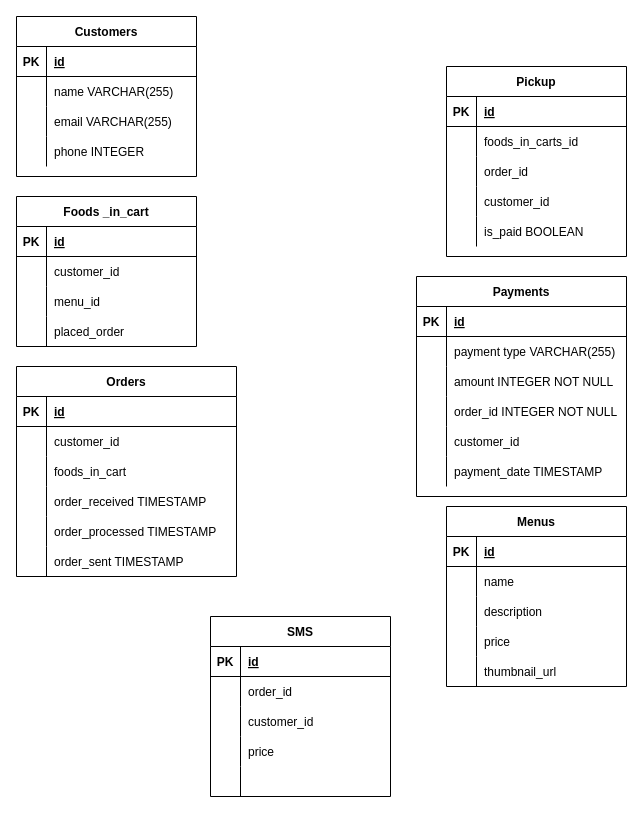
Above: Untitled Diagram.drawio in astarinamaulida/cravings (draw.io), before the change. Source tidied: cells renumbered, new cells numbered last; positions are measured from the earlier drawing's top-left corner, leaving out a move shared by most shapes. Both pictures are drawn from the tidied source at 100%, with x=0, y=0 at pixel (16, 16).
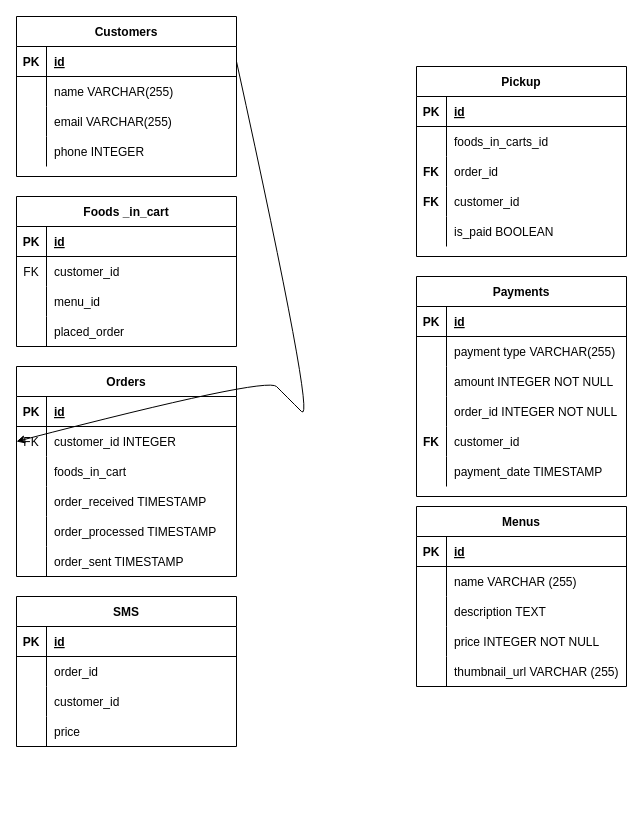
Above is the later version.

Unchanged cells that the change refers to:
```xml
<mxCell id="15" style="shape=partialRectangle;fillColor=none;top=0;left=0;bottom=0;right=0;" parent="2" vertex="1">
  <mxGeometry y="150" width="210" height="30" as="geometry" />
</mxCell>
<mxCell id="54" style="shape=partialRectangle;fillColor=none;top=0;left=0;bottom=0;right=0;points=[[0,0.5],[1,0.5]];portConstraint=eastwest;" parent="50" vertex="1">
  <mxGeometry y="60" width="220" height="30" as="geometry" />
</mxCell>
```

The edit, as a diff of the source:
```diff
@@
-    <mxCell id="16" style="shape=partialRectangle;fillColor=none;top=0;left=0;bottom=0;right=0;overflow=hidden;" parent="15" vertex="1">
+    <mxCell id="16" value="FK" style="shape=partialRectangle;fillColor=none;top=0;left=0;bottom=0;right=0;overflow=hidden;fontStyle=1;" parent="15" vertex="1">
       <mxGeometry width="30" height="30" as="geometry" />
     </mxCell>
@@
     <mxCell id="21" value="Menus" style="shape=table;startSize=30;childLayout=tableLayout;rowLines=0;fontStyle=1;align=center;" parent="1" vertex="1">
-      <mxGeometry x="430" y="490" width="180" height="180" as="geometry" />
+      <mxGeometry x="400" y="490" width="210" height="180" as="geometry" />
     </mxCell>
     <mxCell id="22" style="shape=partialRectangle;fillColor=none;top=0;left=0;bottom=1;right=0;" parent="21" vertex="1">
-      <mxGeometry y="30" width="180" height="30" as="geometry" />
+      <mxGeometry y="30" width="210" height="30" as="geometry" />
     </mxCell>
@@
     <mxCell id="24" value="id" style="shape=partialRectangle;fillColor=none;top=0;left=0;bottom=0;right=0;align=left;spacingLeft=6;fontStyle=5;overflow=hidden;" parent="22" vertex="1">
-      <mxGeometry x="30" width="150" height="30" as="geometry" />
+      <mxGeometry x="30" width="180" height="30" as="geometry" />
     </mxCell>
     <mxCell id="25" style="shape=partialRectangle;fillColor=none;top=0;left=0;bottom=0;right=0;" parent="21" vertex="1">
-      <mxGeometry y="60" width="180" height="30" as="geometry" />
+      <mxGeometry y="60" width="210" height="30" as="geometry" />
     </mxCell>
@@
-    <mxCell id="27" value="name" style="shape=partialRectangle;fillColor=none;top=0;left=0;bottom=0;right=0;align=left;spacingLeft=6;overflow=hidden;" parent="25" vertex="1">
-      <mxGeometry x="30" width="150" height="30" as="geometry" />
+    <mxCell id="27" value="name VARCHAR (255)" style="shape=partialRectangle;fillColor=none;top=0;left=0;bottom=0;right=0;align=left;spacingLeft=6;overflow=hidden;" parent="25" vertex="1">
+      <mxGeometry x="30" width="180" height="30" as="geometry" />
     </mxCell>
     <mxCell id="28" style="shape=partialRectangle;fillColor=none;top=0;left=0;bottom=0;right=0;" parent="21" vertex="1">
-      <mxGeometry y="90" width="180" height="30" as="geometry" />
+      <mxGeometry y="90" width="210" height="30" as="geometry" />
     </mxCell>
@@
-    <mxCell id="30" value="description" style="shape=partialRectangle;fillColor=none;top=0;left=0;bottom=0;right=0;align=left;spacingLeft=6;overflow=hidden;" parent="28" vertex="1">
-      <mxGeometry x="30" width="150" height="30" as="geometry" />
+    <mxCell id="30" value="description TEXT" style="shape=partialRectangle;fillColor=none;top=0;left=0;bottom=0;right=0;align=left;spacingLeft=6;overflow=hidden;" parent="28" vertex="1">
+      <mxGeometry x="30" width="180" height="30" as="geometry" />
     </mxCell>
     <mxCell id="31" style="shape=partialRectangle;fillColor=none;top=0;left=0;bottom=0;right=0;" parent="21" vertex="1">
-      <mxGeometry y="120" width="180" height="30" as="geometry" />
+      <mxGeometry y="120" width="210" height="30" as="geometry" />
     </mxCell>
@@
-    <mxCell id="33" value="price" style="shape=partialRectangle;fillColor=none;top=0;left=0;bottom=0;right=0;align=left;spacingLeft=6;overflow=hidden;" parent="31" vertex="1">
-      <mxGeometry x="30" width="150" height="30" as="geometry" />
+    <mxCell id="33" value="price INTEGER NOT NULL" style="shape=partialRectangle;fillColor=none;top=0;left=0;bottom=0;right=0;align=left;spacingLeft=6;overflow=hidden;" parent="31" vertex="1">
+      <mxGeometry x="30" width="180" height="30" as="geometry" />
     </mxCell>
     <mxCell id="34" style="shape=partialRectangle;fillColor=none;top=0;left=0;bottom=0;right=0;" parent="21" vertex="1">
-      <mxGeometry y="150" width="180" height="30" as="geometry" />
+      <mxGeometry y="150" width="210" height="30" as="geometry" />
     </mxCell>
@@
-    <mxCell id="36" value="thumbnail_url" style="shape=partialRectangle;fillColor=none;top=0;left=0;bottom=0;right=0;align=left;spacingLeft=6;overflow=hidden;" parent="34" vertex="1">
-      <mxGeometry x="30" width="150" height="30" as="geometry" />
+    <mxCell id="36" value="thumbnail_url VARCHAR (255)" style="shape=partialRectangle;fillColor=none;top=0;left=0;bottom=0;right=0;align=left;spacingLeft=6;overflow=hidden;" parent="34" vertex="1">
+      <mxGeometry x="30" width="180" height="30" as="geometry" />
     </mxCell>
     <mxCell id="37" value="Foods _in_cart" style="shape=table;startSize=30;childLayout=tableLayout;rowLines=0;fontStyle=1;align=center;" parent="1" vertex="1">
-      <mxGeometry y="180" width="180" height="150" as="geometry" />
+      <mxGeometry y="180" width="220" height="150" as="geometry" />
     </mxCell>
     <mxCell id="38" style="shape=partialRectangle;fillColor=none;top=0;left=0;bottom=1;right=0;" parent="37" vertex="1">
-      <mxGeometry y="30" width="180" height="30" as="geometry" />
+      <mxGeometry y="30" width="220" height="30" as="geometry" />
     </mxCell>
@@
     <mxCell id="40" value="id" style="shape=partialRectangle;fillColor=none;top=0;left=0;bottom=0;right=0;align=left;spacingLeft=6;fontStyle=5;overflow=hidden;" parent="38" vertex="1">
-      <mxGeometry x="30" width="150" height="30" as="geometry" />
+      <mxGeometry x="30" width="190" height="30" as="geometry" />
     </mxCell>
     <mxCell id="41" style="shape=partialRectangle;fillColor=none;top=0;left=0;bottom=0;right=0;" parent="37" vertex="1">
-      <mxGeometry y="60" width="180" height="30" as="geometry" />
+      <mxGeometry y="60" width="220" height="30" as="geometry" />
     </mxCell>
-    <mxCell id="42" style="shape=partialRectangle;fillColor=none;top=0;left=0;bottom=0;right=0;overflow=hidden;" parent="41" vertex="1">
+    <mxCell id="42" value="FK" style="shape=partialRectangle;fillColor=none;top=0;left=0;bottom=0;right=0;overflow=hidden;" parent="41" vertex="1">
       <mxGeometry width="30" height="30" as="geometry" />
     </mxCell>
     <mxCell id="43" value="customer_id " style="shape=partialRectangle;fillColor=none;top=0;left=0;bottom=0;right=0;align=left;spacingLeft=6;overflow=hidden;" parent="41" vertex="1">
-      <mxGeometry x="30" width="150" height="30" as="geometry" />
+      <mxGeometry x="30" width="190" height="30" as="geometry" />
     </mxCell>
     <mxCell id="44" style="shape=partialRectangle;fillColor=none;top=0;left=0;bottom=0;right=0;" parent="37" vertex="1">
-      <mxGeometry y="90" width="180" height="30" as="geometry" />
+      <mxGeometry y="90" width="220" height="30" as="geometry" />
     </mxCell>
@@
-    <mxCell id="46" value="menu_id" style="shape=partialRectangle;fillColor=none;top=0;left=0;bottom=0;right=0;align=left;spacingLeft=6;overflow=hidden;" parent="44" vertex="1">
-      <mxGeometry x="30" width="150" height="30" as="geometry" />
+    <mxCell id="46" value="menu_id " style="shape=partialRectangle;fillColor=none;top=0;left=0;bottom=0;right=0;align=left;spacingLeft=6;overflow=hidden;" parent="44" vertex="1">
+      <mxGeometry x="30" width="190" height="30" as="geometry" />
     </mxCell>
     <mxCell id="47" style="shape=partialRectangle;fillColor=none;top=0;left=0;bottom=0;right=0;" parent="37" vertex="1">
-      <mxGeometry y="120" width="180" height="30" as="geometry" />
+      <mxGeometry y="120" width="220" height="30" as="geometry" />
     </mxCell>
@@
     <mxCell id="49" value="placed_order" style="shape=partialRectangle;fillColor=none;top=0;left=0;bottom=0;right=0;align=left;spacingLeft=6;overflow=hidden;" parent="47" vertex="1">
-      <mxGeometry x="30" width="150" height="30" as="geometry" />
+      <mxGeometry x="30" width="190" height="30" as="geometry" />
     </mxCell>
@@
-    <mxCell id="55" style="shape=partialRectangle;fillColor=none;top=0;left=0;bottom=0;right=0;overflow=hidden;" parent="54" vertex="1">
+    <mxCell id="55" value="FK" style="shape=partialRectangle;fillColor=none;top=0;left=0;bottom=0;right=0;overflow=hidden;" parent="54" vertex="1">
       <mxGeometry width="30" height="30" as="geometry" />
     </mxCell>
-    <mxCell id="56" value="customer_id" style="shape=partialRectangle;fillColor=none;top=0;left=0;bottom=0;right=0;align=left;spacingLeft=6;overflow=hidden;" parent="54" vertex="1">
+    <mxCell id="56" value="customer_id INTEGER" style="shape=partialRectangle;fillColor=none;top=0;left=0;bottom=0;right=0;align=left;spacingLeft=6;overflow=hidden;" parent="54" vertex="1">
       <mxGeometry x="30" width="190" height="30" as="geometry" />
     </mxCell>
@@
     <mxCell id="69" value="Pickup" style="shape=table;startSize=30;childLayout=tableLayout;rowLines=0;fontStyle=1;align=center;" parent="1" vertex="1">
-      <mxGeometry x="430" y="50" width="180" height="190" as="geometry" />
+      <mxGeometry x="400" y="50" width="210" height="190" as="geometry" />
     </mxCell>
     <mxCell id="70" style="shape=partialRectangle;fillColor=none;top=0;left=0;bottom=1;right=0;" parent="69" vertex="1">
-      <mxGeometry y="30" width="180" height="30" as="geometry" />
+      <mxGeometry y="30" width="210" height="30" as="geometry" />
     </mxCell>
@@
     <mxCell id="72" value="id" style="shape=partialRectangle;fillColor=none;top=0;left=0;bottom=0;right=0;align=left;spacingLeft=6;fontStyle=5;overflow=hidden;" parent="70" vertex="1">
-      <mxGeometry x="30" width="150" height="30" as="geometry" />
+      <mxGeometry x="30" width="180" height="30" as="geometry" />
     </mxCell>
     <mxCell id="73" style="shape=partialRectangle;fillColor=none;top=0;left=0;bottom=0;right=0;" parent="69" vertex="1">
-      <mxGeometry y="60" width="180" height="30" as="geometry" />
+      <mxGeometry y="60" width="210" height="30" as="geometry" />
     </mxCell>
@@
     <mxCell id="75" value="foods_in_carts_id" style="shape=partialRectangle;fillColor=none;top=0;left=0;bottom=0;right=0;align=left;spacingLeft=6;overflow=hidden;" parent="73" vertex="1">
-      <mxGeometry x="30" width="150" height="30" as="geometry" />
+      <mxGeometry x="30" width="180" height="30" as="geometry" />
     </mxCell>
     <mxCell id="76" style="shape=partialRectangle;fillColor=none;top=0;left=0;bottom=0;right=0;" parent="69" vertex="1">
-      <mxGeometry y="90" width="180" height="30" as="geometry" />
+      <mxGeometry y="90" width="210" height="30" as="geometry" />
     </mxCell>
-    <mxCell id="77" style="shape=partialRectangle;fillColor=none;top=0;left=0;bottom=0;right=0;overflow=hidden;" parent="76" vertex="1">
+    <mxCell id="77" value="FK" style="shape=partialRectangle;fillColor=none;top=0;left=0;bottom=0;right=0;overflow=hidden;fontStyle=1;" parent="76" vertex="1">
       <mxGeometry width="30" height="30" as="geometry" />
     </mxCell>
     <mxCell id="78" value="order_id" style="shape=partialRectangle;fillColor=none;top=0;left=0;bottom=0;right=0;align=left;spacingLeft=6;overflow=hidden;" parent="76" vertex="1">
-      <mxGeometry x="30" width="150" height="30" as="geometry" />
+      <mxGeometry x="30" width="180" height="30" as="geometry" />
     </mxCell>
     <mxCell id="79" style="shape=partialRectangle;fillColor=none;top=0;left=0;bottom=0;right=0;" parent="69" vertex="1">
-      <mxGeometry y="120" width="180" height="30" as="geometry" />
+      <mxGeometry y="120" width="210" height="30" as="geometry" />
     </mxCell>
-    <mxCell id="80" style="shape=partialRectangle;fillColor=none;top=0;left=0;bottom=0;right=0;overflow=hidden;" parent="79" vertex="1">
+    <mxCell id="80" value="FK" style="shape=partialRectangle;fillColor=none;top=0;left=0;bottom=0;right=0;overflow=hidden;fontStyle=1;" parent="79" vertex="1">
       <mxGeometry width="30" height="30" as="geometry" />
     </mxCell>
     <mxCell id="81" value="customer_id" style="shape=partialRectangle;fillColor=none;top=0;left=0;bottom=0;right=0;align=left;spacingLeft=6;overflow=hidden;" parent="79" vertex="1">
-      <mxGeometry x="30" width="150" height="30" as="geometry" />
+      <mxGeometry x="30" width="180" height="30" as="geometry" />
     </mxCell>
     <mxCell id="82" style="shape=partialRectangle;fillColor=none;top=0;left=0;bottom=0;right=0;" parent="69" vertex="1">
-      <mxGeometry y="150" width="180" height="30" as="geometry" />
+      <mxGeometry y="150" width="210" height="30" as="geometry" />
     </mxCell>
@@
     <mxCell id="84" value="is_paid BOOLEAN" style="shape=partialRectangle;fillColor=none;top=0;left=0;bottom=0;right=0;align=left;spacingLeft=6;overflow=hidden;" parent="82" vertex="1">
-      <mxGeometry x="30" width="150" height="30" as="geometry" />
+      <mxGeometry x="30" width="180" height="30" as="geometry" />
     </mxCell>
     <mxCell id="85" value="SMS" style="shape=table;startSize=30;childLayout=tableLayout;rowLines=0;fontStyle=1;align=center;" parent="1" vertex="1">
-      <mxGeometry x="194" y="600" width="180" height="180" as="geometry" />
+      <mxGeometry y="580" width="220" height="150" as="geometry" />
     </mxCell>
     <mxCell id="86" style="shape=partialRectangle;fillColor=none;top=0;left=0;bottom=1;right=0;" parent="85" vertex="1">
-      <mxGeometry y="30" width="180" height="30" as="geometry" />
+      <mxGeometry y="30" width="220" height="30" as="geometry" />
     </mxCell>
@@
     <mxCell id="88" value="id" style="shape=partialRectangle;fillColor=none;top=0;left=0;bottom=0;right=0;align=left;spacingLeft=6;fontStyle=5;overflow=hidden;" parent="86" vertex="1">
-      <mxGeometry x="30" width="150" height="30" as="geometry" />
+      <mxGeometry x="30" width="190" height="30" as="geometry" />
     </mxCell>
     <mxCell id="89" style="shape=partialRectangle;fillColor=none;top=0;left=0;bottom=0;right=0;" parent="85" vertex="1">
-      <mxGeometry y="60" width="180" height="30" as="geometry" />
+      <mxGeometry y="60" width="220" height="30" as="geometry" />
     </mxCell>
@@
     <mxCell id="91" value="order_id" style="shape=partialRectangle;fillColor=none;top=0;left=0;bottom=0;right=0;align=left;spacingLeft=6;overflow=hidden;" parent="89" vertex="1">
-      <mxGeometry x="30" width="150" height="30" as="geometry" />
+      <mxGeometry x="30" width="190" height="30" as="geometry" />
     </mxCell>
     <mxCell id="92" style="shape=partialRectangle;fillColor=none;top=0;left=0;bottom=0;right=0;" parent="85" vertex="1">
-      <mxGeometry y="90" width="180" height="30" as="geometry" />
+      <mxGeometry y="90" width="220" height="30" as="geometry" />
     </mxCell>
@@
     <mxCell id="94" value="customer_id" style="shape=partialRectangle;fillColor=none;top=0;left=0;bottom=0;right=0;align=left;spacingLeft=6;overflow=hidden;" parent="92" vertex="1">
-      <mxGeometry x="30" width="150" height="30" as="geometry" />
+      <mxGeometry x="30" width="190" height="30" as="geometry" />
     </mxCell>
     <mxCell id="95" style="shape=partialRectangle;fillColor=none;top=0;left=0;bottom=0;right=0;" parent="85" vertex="1">
-      <mxGeometry y="120" width="180" height="30" as="geometry" />
+      <mxGeometry y="120" width="220" height="30" as="geometry" />
     </mxCell>
@@
     <mxCell id="97" value="price" style="shape=partialRectangle;fillColor=none;top=0;left=0;bottom=0;right=0;align=left;spacingLeft=6;overflow=hidden;" parent="95" vertex="1">
-      <mxGeometry x="30" width="150" height="30" as="geometry" />
+      <mxGeometry x="30" width="190" height="30" as="geometry" />
     </mxCell>
-    <mxCell id="98" style="shape=partialRectangle;fillColor=none;top=0;left=0;bottom=0;right=0;" parent="85" vertex="1">
-      <mxGeometry y="150" width="180" height="30" as="geometry" />
-    </mxCell>
-    <mxCell id="99" style="shape=partialRectangle;fillColor=none;top=0;left=0;bottom=0;right=0;overflow=hidden;" parent="98" vertex="1">
-      <mxGeometry width="30" height="30" as="geometry" />
-    </mxCell>
-    <mxCell id="100" style="shape=partialRectangle;fillColor=none;top=0;left=0;bottom=0;right=0;align=left;spacingLeft=6;overflow=hidden;" parent="98" vertex="1">
-      <mxGeometry x="30" width="150" height="30" as="geometry" />
-    </mxCell>
     <mxCell id="101" value="Customers" style="shape=table;startSize=30;childLayout=tableLayout;rowLines=0;fontStyle=1;align=center;" parent="1" vertex="1">
-      <mxGeometry width="180" height="160" as="geometry" />
+      <mxGeometry width="220" height="160" as="geometry" />
     </mxCell>
     <mxCell id="102" style="shape=partialRectangle;fillColor=none;top=0;left=0;bottom=1;right=0;points=[[0,0.5],[1,0.5]];portConstraint=eastwest;" parent="101" vertex="1">
-      <mxGeometry y="30" width="180" height="30" as="geometry" />
+      <mxGeometry y="30" width="220" height="30" as="geometry" />
     </mxCell>
@@
     <mxCell id="104" value="id" style="shape=partialRectangle;fillColor=none;top=0;left=0;bottom=0;right=0;align=left;spacingLeft=6;fontStyle=5;overflow=hidden;" parent="102" vertex="1">
-      <mxGeometry x="30" width="150" height="30" as="geometry" />
+      <mxGeometry x="30" width="190" height="30" as="geometry" />
     </mxCell>
     <mxCell id="105" style="shape=partialRectangle;fillColor=none;top=0;left=0;bottom=0;right=0;" parent="101" vertex="1">
-      <mxGeometry y="60" width="180" height="30" as="geometry" />
+      <mxGeometry y="60" width="220" height="30" as="geometry" />
     </mxCell>
@@
     <mxCell id="107" value="name VARCHAR(255)" style="shape=partialRectangle;fillColor=none;top=0;left=0;bottom=0;right=0;align=left;spacingLeft=6;overflow=hidden;" parent="105" vertex="1">
-      <mxGeometry x="30" width="150" height="30" as="geometry" />
+      <mxGeometry x="30" width="190" height="30" as="geometry" />
     </mxCell>
     <mxCell id="108" style="shape=partialRectangle;fillColor=none;top=0;left=0;bottom=0;right=0;" parent="101" vertex="1">
-      <mxGeometry y="90" width="180" height="30" as="geometry" />
+      <mxGeometry y="90" width="220" height="30" as="geometry" />
     </mxCell>
@@
     <mxCell id="110" value="email VARCHAR(255)" style="shape=partialRectangle;fillColor=none;top=0;left=0;bottom=0;right=0;align=left;spacingLeft=6;overflow=hidden;" parent="108" vertex="1">
-      <mxGeometry x="30" width="150" height="30" as="geometry" />
+      <mxGeometry x="30" width="190" height="30" as="geometry" />
     </mxCell>
     <mxCell id="111" style="shape=partialRectangle;fillColor=none;top=0;left=0;bottom=0;right=0;" parent="101" vertex="1">
-      <mxGeometry y="120" width="180" height="30" as="geometry" />
+      <mxGeometry y="120" width="220" height="30" as="geometry" />
     </mxCell>
@@
     <mxCell id="113" value="phone INTEGER" style="shape=partialRectangle;fillColor=none;top=0;left=0;bottom=0;right=0;align=left;spacingLeft=6;overflow=hidden;" parent="111" vertex="1">
-      <mxGeometry x="30" width="150" height="30" as="geometry" />
+      <mxGeometry x="30" width="190" height="30" as="geometry" />
     </mxCell>
+    <mxCell id="114" style="curved=1;endArrow=classic;html=1;rounded=0;entryX=0;entryY=0.5;entryDx=0;entryDy=0;exitX=1;exitY=0.5;exitDx=0;exitDy=0;" parent="1" edge="1" source="102" target="54">
+      <mxGeometry relative="1" as="geometry">
+        <Array as="points">
+          <mxPoint x="300" y="410" />
+          <mxPoint x="270" y="380" />
+          <mxPoint x="250" y="360" />
+        </Array>
+      </mxGeometry>
+    </mxCell>
```
